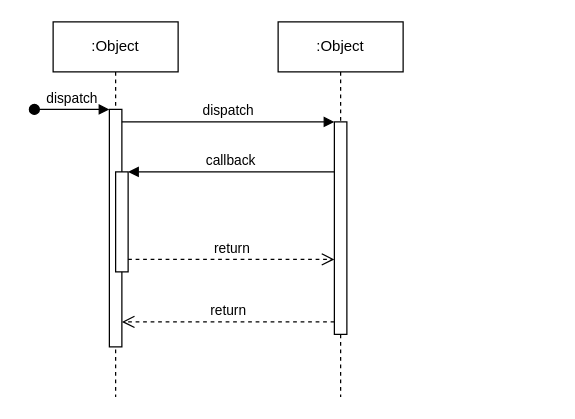
The draw.io diagram sequence.drawio in eya-harbaoui/Diagramms, before the edit. Source tidied: cells renumbered, new cells numbered last; positions are measured from the earlier drawing's top-left corner, leaving out a move shared by most shapes. Both pictures are drawn from the tidied source at 125%, with x=0, y=0 at pixel (34, 21).
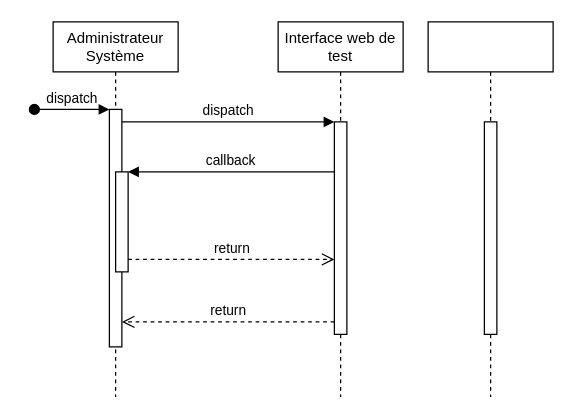
After the change.

Commit message:
Mettre à jour sequence.drawio

What changed in the source:
```diff
@@
 <mxGraphModel>
   <root>
     <mxCell id="0" />
     <mxCell id="1" parent="0" />
-    <mxCell id="2" value=":Object" style="shape=umlLifeline;perimeter=lifelinePerimeter;whiteSpace=wrap;html=1;newEdgeStyle={&quot;edgeStyle&quot;:&quot;elbowEdgeStyle&quot;,&quot;elbow&quot;:&quot;vertical&quot;,&quot;curved&quot;:0,&quot;rounded&quot;:0};" parent="1" vertex="1">
+    <mxCell id="2" value="Administrateur Système" style="shape=umlLifeline;perimeter=lifelinePerimeter;whiteSpace=wrap;html=1;newEdgeStyle={&quot;edgeStyle&quot;:&quot;elbowEdgeStyle&quot;,&quot;elbow&quot;:&quot;vertical&quot;,&quot;curved&quot;:0,&quot;rounded&quot;:0};" parent="1" vertex="1">
       <mxGeometry x="15" width="100" height="300" as="geometry" />
     </mxCell>
     <mxCell id="3" style="html=1;points=[];perimeter=orthogonalPerimeter;outlineConnect=0;targetShapes=umlLifeline;portConstraint=eastwest;newEdgeStyle={&quot;edgeStyle&quot;:&quot;elbowEdgeStyle&quot;,&quot;elbow&quot;:&quot;vertical&quot;,&quot;curved&quot;:0,&quot;rounded&quot;:0};" parent="2" vertex="1">
       <mxGeometry x="45" y="70" width="10" height="190" as="geometry" />
     </mxCell>
     <mxCell id="4" value="dispatch" style="html=1;verticalAlign=bottom;startArrow=oval;endArrow=block;startSize=8;edgeStyle=elbowEdgeStyle;elbow=vertical;curved=0;rounded=0;" parent="2" edge="1" target="3">
       <mxGeometry relative="1" as="geometry">
         <mxPoint x="-15" y="70" as="sourcePoint" />
       </mxGeometry>
     </mxCell>
     <mxCell id="5" style="html=1;points=[];perimeter=orthogonalPerimeter;outlineConnect=0;targetShapes=umlLifeline;portConstraint=eastwest;newEdgeStyle={&quot;edgeStyle&quot;:&quot;elbowEdgeStyle&quot;,&quot;elbow&quot;:&quot;vertical&quot;,&quot;curved&quot;:0,&quot;rounded&quot;:0};" parent="2" vertex="1">
       <mxGeometry x="50" y="120" width="10" height="80" as="geometry" />
     </mxCell>
-    <mxCell id="6" value=":Object" style="shape=umlLifeline;perimeter=lifelinePerimeter;whiteSpace=wrap;html=1;newEdgeStyle={&quot;edgeStyle&quot;:&quot;elbowEdgeStyle&quot;,&quot;elbow&quot;:&quot;vertical&quot;,&quot;curved&quot;:0,&quot;rounded&quot;:0};" parent="1" vertex="1">
+    <mxCell id="6" value="Interface web de test" style="shape=umlLifeline;perimeter=lifelinePerimeter;whiteSpace=wrap;html=1;newEdgeStyle={&quot;edgeStyle&quot;:&quot;elbowEdgeStyle&quot;,&quot;elbow&quot;:&quot;vertical&quot;,&quot;curved&quot;:0,&quot;rounded&quot;:0};" parent="1" vertex="1">
       <mxGeometry x="195" width="100" height="300" as="geometry" />
     </mxCell>
     <mxCell id="7" style="html=1;points=[];perimeter=orthogonalPerimeter;outlineConnect=0;targetShapes=umlLifeline;portConstraint=eastwest;newEdgeStyle={&quot;edgeStyle&quot;:&quot;elbowEdgeStyle&quot;,&quot;elbow&quot;:&quot;vertical&quot;,&quot;curved&quot;:0,&quot;rounded&quot;:0};" parent="6" vertex="1">
       <mxGeometry x="45" y="80" width="10" height="170" as="geometry" />
     </mxCell>
     <mxCell id="8" value="dispatch" style="html=1;verticalAlign=bottom;endArrow=block;edgeStyle=elbowEdgeStyle;elbow=vertical;curved=0;rounded=0;" parent="1" edge="1" source="3" target="7">
       <mxGeometry relative="1" as="geometry">
         <Array as="points">
           <mxPoint x="155" y="80" />
         </Array>
       </mxGeometry>
     </mxCell>
     <mxCell id="9" value="return" style="html=1;verticalAlign=bottom;endArrow=open;dashed=1;endSize=8;edgeStyle=elbowEdgeStyle;elbow=vertical;curved=0;rounded=0;" parent="1" edge="1" source="7" target="3">
       <mxGeometry relative="1" as="geometry">
         <Array as="points">
           <mxPoint x="165" y="240" />
         </Array>
       </mxGeometry>
     </mxCell>
     <mxCell id="10" value="callback" style="html=1;verticalAlign=bottom;endArrow=block;edgeStyle=elbowEdgeStyle;elbow=vertical;curved=0;rounded=0;" parent="1" edge="1" source="7" target="5">
       <mxGeometry relative="1" as="geometry">
         <Array as="points">
           <mxPoint x="165" y="120" />
         </Array>
       </mxGeometry>
     </mxCell>
     <mxCell id="11" value="return" style="html=1;verticalAlign=bottom;endArrow=open;dashed=1;endSize=8;edgeStyle=elbowEdgeStyle;elbow=vertical;curved=0;rounded=0;" parent="1" edge="1" source="5" target="7">
       <mxGeometry relative="1" as="geometry">
         <Array as="points">
           <mxPoint x="155" y="190" />
         </Array>
       </mxGeometry>
     </mxCell>
+    <mxCell id="12" style="shape=umlLifeline;perimeter=lifelinePerimeter;whiteSpace=wrap;html=1;newEdgeStyle={&quot;edgeStyle&quot;:&quot;elbowEdgeStyle&quot;,&quot;elbow&quot;:&quot;vertical&quot;,&quot;curved&quot;:0,&quot;rounded&quot;:0};" parent="1" vertex="1">
+      <mxGeometry x="315" width="100" height="300" as="geometry" />
+    </mxCell>
+    <mxCell id="13" style="html=1;perimeter=orthogonalPerimeter;targetShapes=umlLifeline;newEdgeStyle={&quot;edgeStyle&quot;:&quot;elbowEdgeStyle&quot;,&quot;elbow&quot;:&quot;vertical&quot;,&quot;curved&quot;:0,&quot;rounded&quot;:0};" parent="12" vertex="1">
+      <mxGeometry x="45" y="80" width="10" height="170" as="geometry" />
+    </mxCell>
   </root>
 </mxGraphModel>
```
